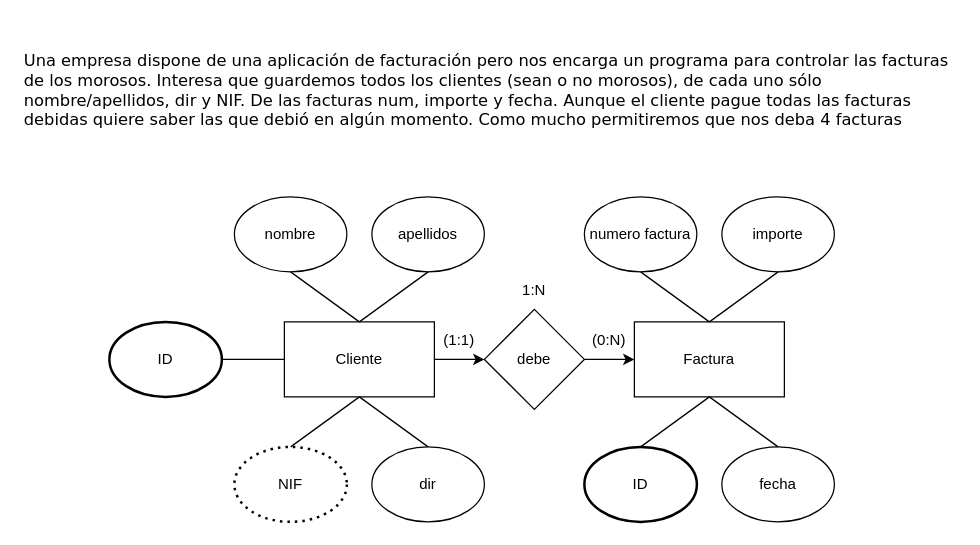
Earlier version of the draw.io diagram drawio/Ejer1.drawio (DiEgOfercri/Modelos-BBDD). Source tidied: cells renumbered, new cells numbered last; positions are measured from the earlier drawing's top-left corner, leaving out a move shared by most shapes. Both pictures are drawn from the tidied source at 125%, with x=0, y=0 at pixel (21, 21).
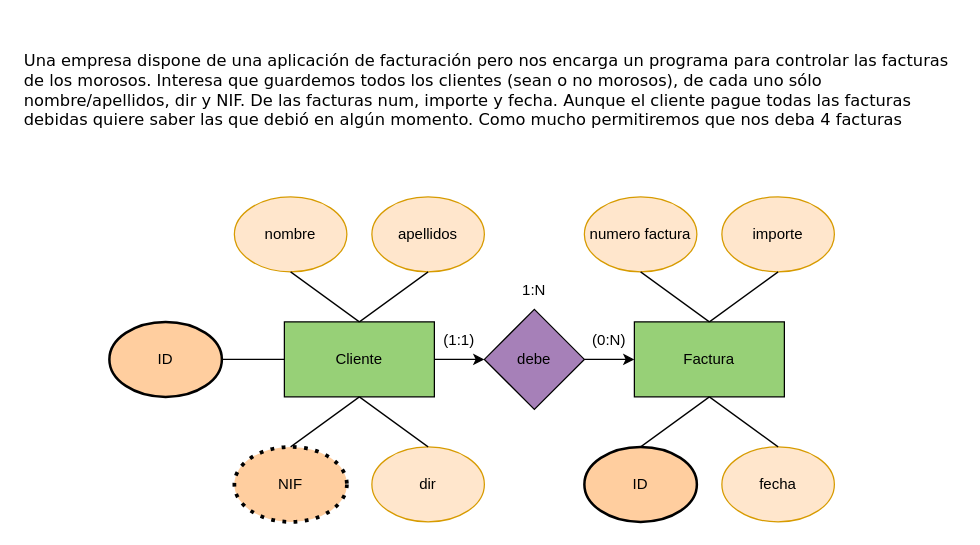
The same page after the edit.

Change to the diagram source:
```diff
@@
-    <mxCell id="3" value="Cliente" style="rounded=0;whiteSpace=wrap;html=1;" parent="1" vertex="1">
+    <mxCell id="3" value="Cliente" style="rounded=0;whiteSpace=wrap;html=1;fillColor=#97D077;" parent="1" vertex="1">
       <mxGeometry x="210" y="240" width="120" height="60" as="geometry" />
     </mxCell>
@@
-    <mxCell id="5" value="Factura" style="rounded=0;whiteSpace=wrap;html=1;" parent="1" vertex="1">
+    <mxCell id="5" value="Factura" style="rounded=0;whiteSpace=wrap;html=1;fillColor=#97D077;" parent="1" vertex="1">
       <mxGeometry x="490" y="240" width="120" height="60" as="geometry" />
     </mxCell>
@@
-    <mxCell id="7" value="debe" style="rhombus;whiteSpace=wrap;html=1;" parent="1" vertex="1">
+    <mxCell id="7" value="debe" style="rhombus;whiteSpace=wrap;html=1;fillColor=#A680B8;" parent="1" vertex="1">
       <mxGeometry x="370" y="230" width="80" height="80" as="geometry" />
     </mxCell>
-    <mxCell id="8" value="numero factura" style="ellipse;whiteSpace=wrap;html=1;" parent="1" vertex="1">
+    <mxCell id="8" value="numero factura" style="ellipse;whiteSpace=wrap;html=1;fillColor=#ffe6cc;strokeColor=#d79b00;" parent="1" vertex="1">
       <mxGeometry x="450" y="140" width="90" height="60" as="geometry" />
     </mxCell>
-    <mxCell id="9" value="importe" style="ellipse;whiteSpace=wrap;html=1;" parent="1" vertex="1">
+    <mxCell id="9" value="importe" style="ellipse;whiteSpace=wrap;html=1;fillColor=#ffe6cc;strokeColor=#d79b00;" parent="1" vertex="1">
       <mxGeometry x="560" y="140" width="90" height="60" as="geometry" />
     </mxCell>
-    <mxCell id="10" value="fecha" style="ellipse;whiteSpace=wrap;html=1;" parent="1" vertex="1">
+    <mxCell id="10" value="fecha" style="ellipse;whiteSpace=wrap;html=1;fillColor=#ffe6cc;strokeColor=#d79b00;" parent="1" vertex="1">
       <mxGeometry x="560" y="340" width="90" height="60" as="geometry" />
     </mxCell>
-    <mxCell id="11" value="nombre" style="ellipse;whiteSpace=wrap;html=1;" parent="1" vertex="1">
+    <mxCell id="11" value="nombre" style="ellipse;whiteSpace=wrap;html=1;fillColor=#ffe6cc;strokeColor=#d79b00;" parent="1" vertex="1">
       <mxGeometry x="170" y="140" width="90" height="60" as="geometry" />
     </mxCell>
-    <mxCell id="12" value="apellidos" style="ellipse;whiteSpace=wrap;html=1;" parent="1" vertex="1">
+    <mxCell id="12" value="apellidos" style="ellipse;whiteSpace=wrap;html=1;fillColor=#ffe6cc;strokeColor=#d79b00;" parent="1" vertex="1">
       <mxGeometry x="280" y="140" width="90" height="60" as="geometry" />
     </mxCell>
-    <mxCell id="13" value="dir" style="ellipse;whiteSpace=wrap;html=1;" parent="1" vertex="1">
+    <mxCell id="13" value="dir" style="ellipse;whiteSpace=wrap;html=1;fillColor=#ffe6cc;strokeColor=#d79b00;" parent="1" vertex="1">
       <mxGeometry x="280" y="340" width="90" height="60" as="geometry" />
     </mxCell>
-    <mxCell id="14" value="NIF" style="ellipse;whiteSpace=wrap;html=1;dashed=1;dashPattern=1 2;strokeWidth=2;" parent="1" vertex="1">
+    <mxCell id="14" value="NIF" style="ellipse;whiteSpace=wrap;html=1;dashed=1;dashPattern=1 2;strokeWidth=3;fillColor=#FFCE9F;" parent="1" vertex="1">
       <mxGeometry x="170" y="340" width="90" height="60" as="geometry" />
     </mxCell>
-    <mxCell id="15" value="ID" style="ellipse;whiteSpace=wrap;html=1;strokeWidth=2;" parent="1" vertex="1">
+    <mxCell id="15" value="ID" style="ellipse;whiteSpace=wrap;html=1;strokeWidth=2;fillColor=#FFCE9F;" parent="1" vertex="1">
       <mxGeometry x="70" y="240" width="90" height="60" as="geometry" />
     </mxCell>
-    <mxCell id="16" value="ID" style="ellipse;whiteSpace=wrap;html=1;strokeWidth=2;" parent="1" vertex="1">
+    <mxCell id="16" value="ID" style="ellipse;whiteSpace=wrap;html=1;strokeWidth=2;fillColor=#FFCE9F;" parent="1" vertex="1">
       <mxGeometry x="450" y="340" width="90" height="60" as="geometry" />
     </mxCell>
```
